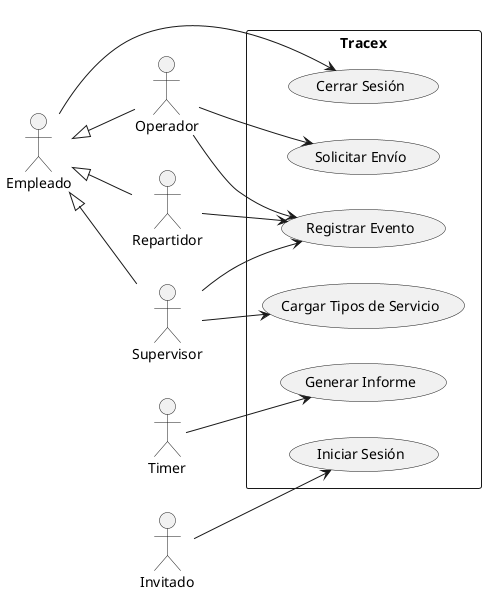
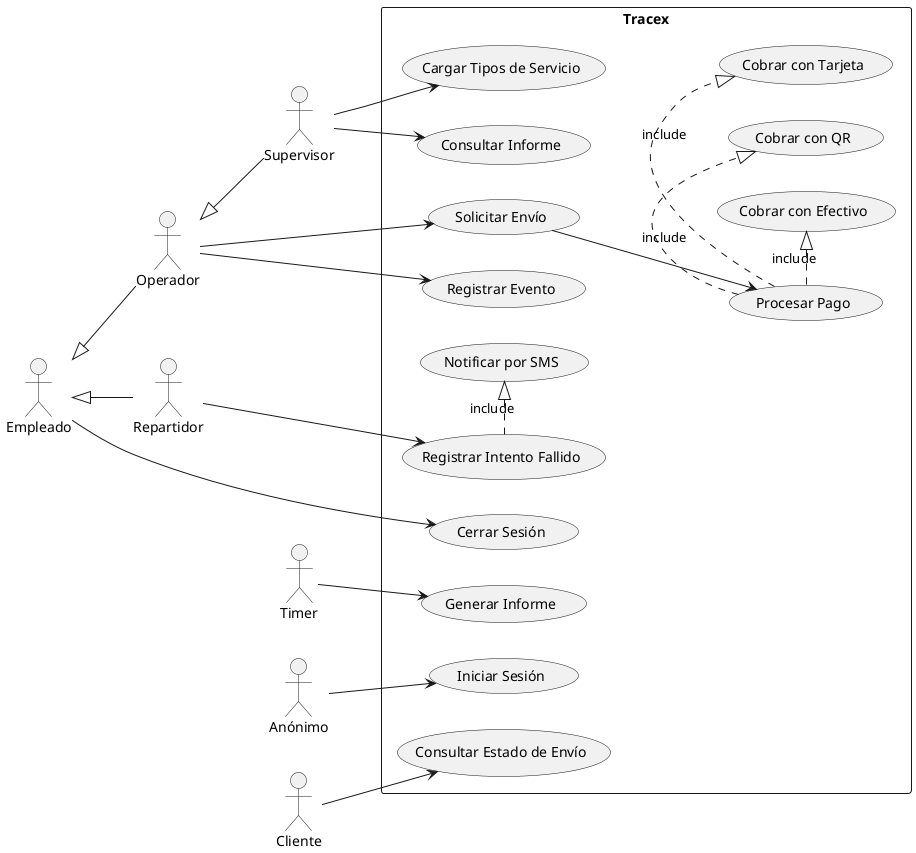
@startuml tracex_001_use_case
left to right direction
actor "Empleado" as emp
actor "Operador" as op
actor "Supervisor" as sup
actor "Repartidor" as rep
actor "Timer" as tim
- actor "Invitado" as inv
+ actor "Anónimo" as an
+ actor "Cliente" as cli

emp <|-- op
emp <|-- rep
- emp <|-- sup
+ op <|-- sup

rectangle Tracex {
    usecase "Solicitar Envío" as UC1
    usecase "Registrar Evento" as UC2
    usecase "Iniciar Sesión" as UC3
    usecase "Cerrar Sesión" as UC4
    usecase "Cargar Tipos de Servicio" as UC5
    usecase "Generar Informe" as UC6
+     usecase "Procesar Pago" as UC7
+     usecase "Consultar Estado de Envío" as UC8
+     usecase "Registrar Intento Fallido" as UC9
+     usecase "Notificar por SMS" as UC10
+     usecase "Consultar Informe" as UC11
+     usecase "Cobrar con QR" as UC12
+     usecase "Cobrar con Efectivo" as UC13
+     usecase "Cobrar con Tarjeta" as UC14
}

- inv --> UC3
+ an --> UC3
op --> UC1
op --> UC2
- rep --> UC2
emp --> UC4
+ sup --> UC11
sup --> UC5
- sup --> UC2
tim --> UC6
- 
+ UC1 --> UC7
+ UC7 .|> UC12 : include
+ UC7 .|> UC13 : include
+ UC7 .|> UC14 : include
+ cli --> UC8
+ rep --> UC9
+ UC9 .|> UC10 : include
@enduml